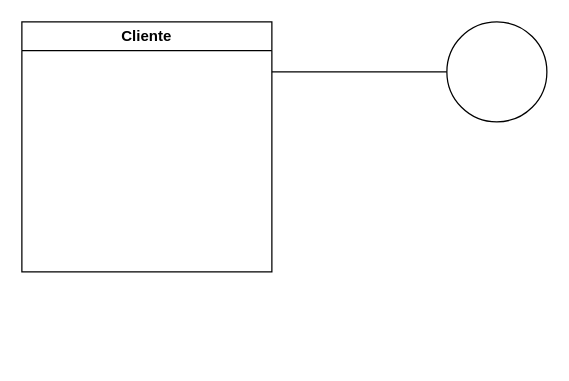
AndreiSchalinski/draw.io keeps this draw.io diagram as projetos/Curso-db.drawio. Above is the earlier version. Source tidied: cells renumbered, new cells numbered last; positions are measured from the earlier drawing's top-left corner, leaving out a move shared by most shapes. Both pictures are drawn from the tidied source at 125%, with x=0, y=0 at pixel (21, 21).
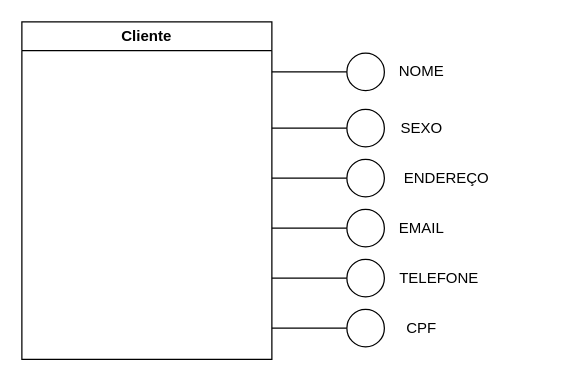
After the change.

The edit, as a diff of the source:
```diff
@@
     <mxCell id="2" value="Cliente" style="swimlane;whiteSpace=wrap;html=1;" parent="1" vertex="1">
-      <mxGeometry width="200" height="200" as="geometry" />
+      <mxGeometry width="200" height="270" as="geometry" />
     </mxCell>
-    <mxCell id="3" style="endArrow=none;html=1;rounded=0;" parent="1" edge="1">
+    <mxCell id="3" style="endArrow=none;html=1;rounded=0;entryX=0;entryY=0.5;entryDx=0;entryDy=0;" parent="1" edge="1" target="4">
       <mxGeometry relative="1" as="geometry">
         <mxPoint x="200" y="40" as="sourcePoint" />
-        <mxPoint x="340" y="40" as="targetPoint" />
       </mxGeometry>
     </mxCell>
     <mxCell id="4" style="ellipse;whiteSpace=wrap;html=1;" parent="1" vertex="1">
-      <mxGeometry x="340" width="80" height="80" as="geometry" />
+      <mxGeometry x="260" y="25" width="30" height="30" as="geometry" />
     </mxCell>
+    <mxCell id="5" value="NOME" style="text;html=1;align=center;verticalAlign=middle;whiteSpace=wrap;rounded=0;" parent="1" vertex="1">
+      <mxGeometry x="290" y="25" width="60" height="30" as="geometry" />
+    </mxCell>
+    <mxCell id="6" style="endArrow=none;html=1;rounded=0;entryX=0;entryY=0.5;entryDx=0;entryDy=0;" parent="1" edge="1" target="7">
+      <mxGeometry relative="1" as="geometry">
+        <mxPoint x="200" y="85" as="sourcePoint" />
+      </mxGeometry>
+    </mxCell>
+    <mxCell id="7" style="ellipse;whiteSpace=wrap;html=1;" parent="1" vertex="1">
+      <mxGeometry x="260" y="70" width="30" height="30" as="geometry" />
+    </mxCell>
+    <mxCell id="8" value="SEXO" style="text;html=1;align=center;verticalAlign=middle;whiteSpace=wrap;rounded=0;" parent="1" vertex="1">
+      <mxGeometry x="290" y="70" width="60" height="30" as="geometry" />
+    </mxCell>
+    <mxCell id="9" style="endArrow=none;html=1;rounded=0;entryX=0;entryY=0.5;entryDx=0;entryDy=0;" parent="1" edge="1" target="10">
+      <mxGeometry relative="1" as="geometry">
+        <mxPoint x="200" y="125" as="sourcePoint" />
+      </mxGeometry>
+    </mxCell>
+    <mxCell id="10" style="ellipse;whiteSpace=wrap;html=1;" parent="1" vertex="1">
+      <mxGeometry x="260" y="110" width="30" height="30" as="geometry" />
+    </mxCell>
+    <mxCell id="11" value="ENDEREÇO" style="text;html=1;align=center;verticalAlign=middle;whiteSpace=wrap;rounded=0;" parent="1" vertex="1">
+      <mxGeometry x="310" y="110" width="60" height="30" as="geometry" />
+    </mxCell>
+    <mxCell id="12" style="endArrow=none;html=1;rounded=0;entryX=0;entryY=0.5;entryDx=0;entryDy=0;" parent="1" edge="1" target="13">
+      <mxGeometry relative="1" as="geometry">
+        <mxPoint x="200" y="165" as="sourcePoint" />
+      </mxGeometry>
+    </mxCell>
+    <mxCell id="13" style="ellipse;whiteSpace=wrap;html=1;" parent="1" vertex="1">
+      <mxGeometry x="260" y="150" width="30" height="30" as="geometry" />
+    </mxCell>
+    <mxCell id="14" value="EMAIL" style="text;html=1;align=center;verticalAlign=middle;whiteSpace=wrap;rounded=0;" parent="1" vertex="1">
+      <mxGeometry x="290" y="150" width="60" height="30" as="geometry" />
+    </mxCell>
+    <mxCell id="15" style="endArrow=none;html=1;rounded=0;entryX=0;entryY=0.5;entryDx=0;entryDy=0;" parent="1" edge="1" target="16">
+      <mxGeometry relative="1" as="geometry">
+        <mxPoint x="200" y="205" as="sourcePoint" />
+      </mxGeometry>
+    </mxCell>
+    <mxCell id="16" style="ellipse;whiteSpace=wrap;html=1;" parent="1" vertex="1">
+      <mxGeometry x="260" y="190" width="30" height="30" as="geometry" />
+    </mxCell>
+    <mxCell id="17" value="TELEFONE" style="text;html=1;align=center;verticalAlign=middle;whiteSpace=wrap;rounded=0;" parent="1" vertex="1">
+      <mxGeometry x="304" y="190" width="60" height="30" as="geometry" />
+    </mxCell>
+    <mxCell id="18" style="endArrow=none;html=1;rounded=0;entryX=0;entryY=0.5;entryDx=0;entryDy=0;" parent="1" edge="1" target="19">
+      <mxGeometry relative="1" as="geometry">
+        <mxPoint x="200" y="245" as="sourcePoint" />
+      </mxGeometry>
+    </mxCell>
+    <mxCell id="19" style="ellipse;whiteSpace=wrap;html=1;" parent="1" vertex="1">
+      <mxGeometry x="260" y="230" width="30" height="30" as="geometry" />
+    </mxCell>
+    <mxCell id="20" value="CPF" style="text;html=1;align=center;verticalAlign=middle;whiteSpace=wrap;rounded=0;" parent="1" vertex="1">
+      <mxGeometry x="290" y="230" width="60" height="30" as="geometry" />
+    </mxCell>
```
